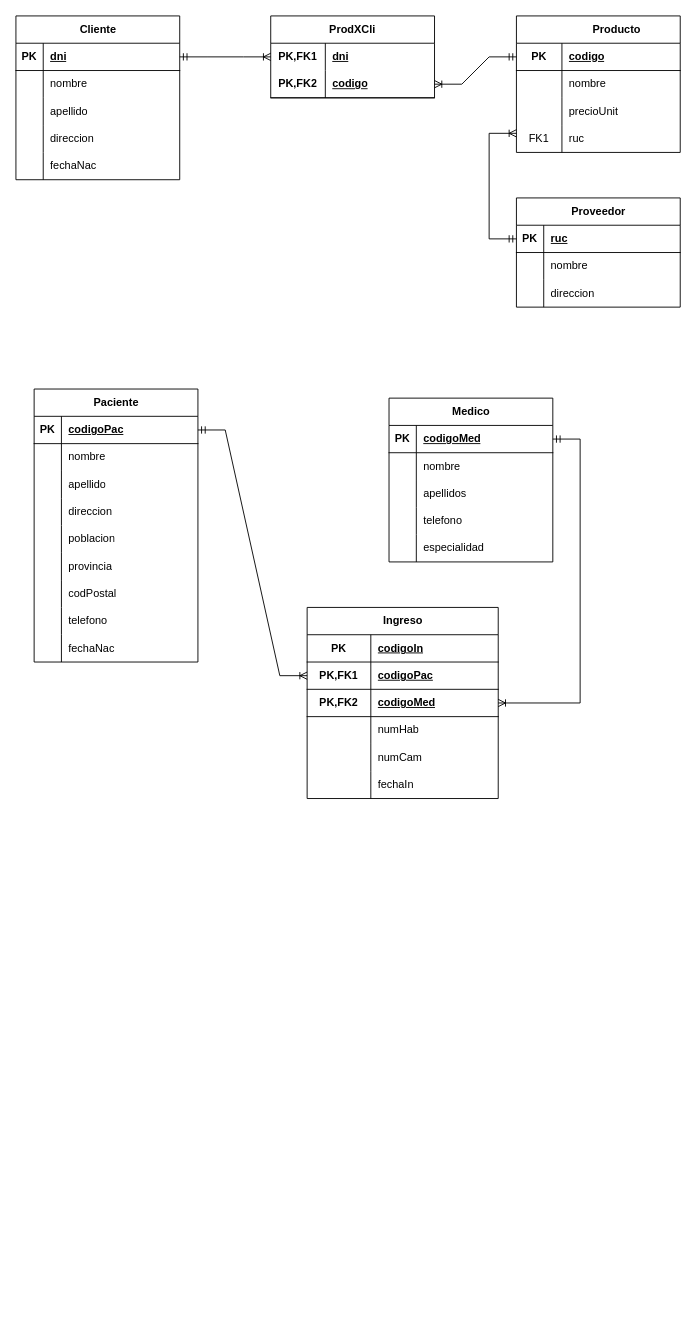
This is Diagrama sin título.drawio from CristianCandela/ActividadesEnClase, a draw.io file, before an edit. Source tidied: cells renumbered, new cells numbered last; positions are measured from the earlier drawing's top-left corner, leaving out a move shared by most shapes. Both pictures are drawn from the tidied source at 91%, with x=0, y=0 at pixel (15, 15).
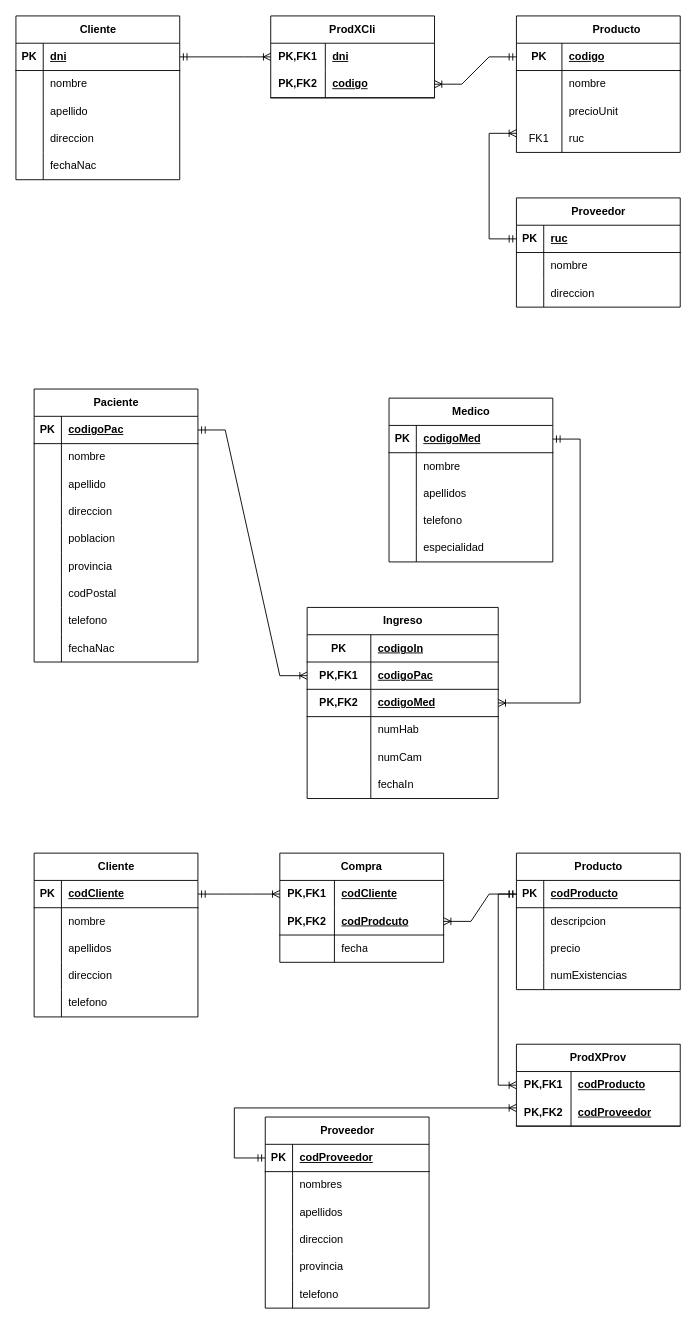
The same diagram, later.

Diff of the diagram source:
```diff
@@
+    <mxCell id="116" value="Cliente" style="shape=table;startSize=30;childLayout=tableLayout;rowLines=0;fontStyle=1;align=center;html=1;" parent="1" vertex="1">
+      <mxGeometry x="20" y="920" width="180" height="180" as="geometry" />
+    </mxCell>
+    <mxCell id="117" style="shape=tableRow;horizontal=0;startSize=0;swimlaneHead=0;swimlaneBody=0;fillColor=none;points=[[0,0.5],[1,0.5]];portConstraint=eastwest;top=0;left=0;right=0;bottom=1;" parent="116" vertex="1">
+      <mxGeometry y="30" width="180" height="30" as="geometry" />
+    </mxCell>
+    <mxCell id="118" value="PK" style="shape=partialRectangle;fillColor=none;top=0;left=0;bottom=0;right=0;fontStyle=1;overflow=hidden;whiteSpace=wrap;html=1;" parent="117" vertex="1">
+      <mxGeometry width="30" height="30" as="geometry" />
+    </mxCell>
+    <mxCell id="119" value="codCliente" style="shape=partialRectangle;fillColor=none;top=0;left=0;bottom=0;right=0;align=left;spacingLeft=6;fontStyle=5;overflow=hidden;whiteSpace=wrap;html=1;" parent="117" vertex="1">
+      <mxGeometry x="30" width="150" height="30" as="geometry" />
+    </mxCell>
+    <mxCell id="120" style="shape=tableRow;horizontal=0;startSize=0;swimlaneHead=0;swimlaneBody=0;fillColor=none;top=0;left=0;right=0;bottom=0;" parent="116" vertex="1">
+      <mxGeometry y="60" width="180" height="30" as="geometry" />
+    </mxCell>
+    <mxCell id="121" style="shape=partialRectangle;fillColor=none;top=0;left=0;bottom=0;right=0;overflow=hidden;whiteSpace=wrap;html=1;" parent="120" vertex="1">
+      <mxGeometry width="30" height="30" as="geometry" />
+    </mxCell>
+    <mxCell id="122" value="nombre" style="shape=partialRectangle;fillColor=none;top=0;left=0;bottom=0;right=0;align=left;spacingLeft=6;overflow=hidden;whiteSpace=wrap;html=1;" parent="120" vertex="1">
+      <mxGeometry x="30" width="150" height="30" as="geometry" />
+    </mxCell>
+    <mxCell id="123" style="shape=tableRow;horizontal=0;startSize=0;swimlaneHead=0;swimlaneBody=0;fillColor=none;top=0;left=0;right=0;bottom=0;" parent="116" vertex="1">
+      <mxGeometry y="90" width="180" height="30" as="geometry" />
+    </mxCell>
+    <mxCell id="124" style="shape=partialRectangle;fillColor=none;top=0;left=0;bottom=0;right=0;overflow=hidden;whiteSpace=wrap;html=1;" parent="123" vertex="1">
+      <mxGeometry width="30" height="30" as="geometry" />
+    </mxCell>
+    <mxCell id="125" value="apellidos" style="shape=partialRectangle;fillColor=none;top=0;left=0;bottom=0;right=0;align=left;spacingLeft=6;overflow=hidden;whiteSpace=wrap;html=1;" parent="123" vertex="1">
+      <mxGeometry x="30" width="150" height="30" as="geometry" />
+    </mxCell>
+    <mxCell id="126" style="shape=tableRow;horizontal=0;startSize=0;swimlaneHead=0;swimlaneBody=0;fillColor=none;top=0;left=0;right=0;bottom=0;" parent="116" vertex="1">
+      <mxGeometry y="120" width="180" height="30" as="geometry" />
+    </mxCell>
+    <mxCell id="127" style="shape=partialRectangle;fillColor=none;top=0;left=0;bottom=0;right=0;overflow=hidden;whiteSpace=wrap;html=1;" parent="126" vertex="1">
+      <mxGeometry width="30" height="30" as="geometry" />
+    </mxCell>
+    <mxCell id="128" value="direccion" style="shape=partialRectangle;fillColor=none;top=0;left=0;bottom=0;right=0;align=left;spacingLeft=6;overflow=hidden;whiteSpace=wrap;html=1;" parent="126" vertex="1">
+      <mxGeometry x="30" width="150" height="30" as="geometry" />
+    </mxCell>
+    <mxCell id="129" style="shape=tableRow;horizontal=0;startSize=0;swimlaneHead=0;swimlaneBody=0;fillColor=none;top=0;left=0;right=0;bottom=0;" parent="116" vertex="1">
+      <mxGeometry y="150" width="180" height="30" as="geometry" />
+    </mxCell>
+    <mxCell id="130" style="shape=partialRectangle;fillColor=none;top=0;left=0;bottom=0;right=0;overflow=hidden;whiteSpace=wrap;html=1;" parent="129" vertex="1">
+      <mxGeometry width="30" height="30" as="geometry" />
+    </mxCell>
+    <mxCell id="131" value="telefono" style="shape=partialRectangle;fillColor=none;top=0;left=0;bottom=0;right=0;align=left;spacingLeft=6;overflow=hidden;whiteSpace=wrap;html=1;" parent="129" vertex="1">
+      <mxGeometry x="30" width="150" height="30" as="geometry" />
+    </mxCell>
+    <mxCell id="132" value="Producto" style="shape=table;startSize=30;childLayout=tableLayout;rowLines=0;fontStyle=1;align=center;html=1;" parent="1" vertex="1">
+      <mxGeometry x="550" y="920" width="180" height="150" as="geometry" />
+    </mxCell>
+    <mxCell id="133" style="shape=tableRow;horizontal=0;startSize=0;swimlaneHead=0;swimlaneBody=0;fillColor=none;points=[[0,0.5],[1,0.5]];portConstraint=eastwest;top=0;left=0;right=0;bottom=1;" parent="132" vertex="1">
+      <mxGeometry y="30" width="180" height="30" as="geometry" />
+    </mxCell>
+    <mxCell id="134" value="PK" style="shape=partialRectangle;fillColor=none;top=0;left=0;bottom=0;right=0;fontStyle=1;overflow=hidden;whiteSpace=wrap;html=1;" parent="133" vertex="1">
+      <mxGeometry width="30" height="30" as="geometry" />
+    </mxCell>
+    <mxCell id="135" value="codProducto" style="shape=partialRectangle;fillColor=none;top=0;left=0;bottom=0;right=0;align=left;spacingLeft=6;fontStyle=5;overflow=hidden;whiteSpace=wrap;html=1;" parent="133" vertex="1">
+      <mxGeometry x="30" width="150" height="30" as="geometry" />
+    </mxCell>
+    <mxCell id="136" style="shape=tableRow;horizontal=0;startSize=0;swimlaneHead=0;swimlaneBody=0;fillColor=none;top=0;left=0;right=0;bottom=0;" parent="132" vertex="1">
+      <mxGeometry y="60" width="180" height="30" as="geometry" />
+    </mxCell>
+    <mxCell id="137" style="shape=partialRectangle;fillColor=none;top=0;left=0;bottom=0;right=0;overflow=hidden;whiteSpace=wrap;html=1;" parent="136" vertex="1">
+      <mxGeometry width="30" height="30" as="geometry" />
+    </mxCell>
+    <mxCell id="138" value="descripcion" style="shape=partialRectangle;fillColor=none;top=0;left=0;bottom=0;right=0;align=left;spacingLeft=6;overflow=hidden;whiteSpace=wrap;html=1;" parent="136" vertex="1">
+      <mxGeometry x="30" width="150" height="30" as="geometry" />
+    </mxCell>
+    <mxCell id="139" style="shape=tableRow;horizontal=0;startSize=0;swimlaneHead=0;swimlaneBody=0;fillColor=none;top=0;left=0;right=0;bottom=0;" parent="132" vertex="1">
+      <mxGeometry y="90" width="180" height="30" as="geometry" />
+    </mxCell>
+    <mxCell id="140" style="shape=partialRectangle;fillColor=none;top=0;left=0;bottom=0;right=0;overflow=hidden;whiteSpace=wrap;html=1;" parent="139" vertex="1">
+      <mxGeometry width="30" height="30" as="geometry" />
+    </mxCell>
+    <mxCell id="141" value="precio" style="shape=partialRectangle;fillColor=none;top=0;left=0;bottom=0;right=0;align=left;spacingLeft=6;overflow=hidden;whiteSpace=wrap;html=1;" parent="139" vertex="1">
+      <mxGeometry x="30" width="150" height="30" as="geometry" />
+    </mxCell>
+    <mxCell id="142" style="shape=tableRow;horizontal=0;startSize=0;swimlaneHead=0;swimlaneBody=0;fillColor=none;top=0;left=0;right=0;bottom=0;" parent="132" vertex="1">
+      <mxGeometry y="120" width="180" height="30" as="geometry" />
+    </mxCell>
+    <mxCell id="143" style="shape=partialRectangle;fillColor=none;top=0;left=0;bottom=0;right=0;overflow=hidden;whiteSpace=wrap;html=1;" parent="142" vertex="1">
+      <mxGeometry width="30" height="30" as="geometry" />
+    </mxCell>
+    <mxCell id="144" value="numExistencias" style="shape=partialRectangle;fillColor=none;top=0;left=0;bottom=0;right=0;align=left;spacingLeft=6;overflow=hidden;whiteSpace=wrap;html=1;" parent="142" vertex="1">
+      <mxGeometry x="30" width="150" height="30" as="geometry" />
+    </mxCell>
+    <mxCell id="145" value="Compra" style="shape=table;startSize=30;childLayout=tableLayout;rowLines=0;fontStyle=1;align=center;html=1;whiteSpace=wrap;" parent="1" vertex="1">
+      <mxGeometry x="290" y="920" width="180" height="120" as="geometry" />
+    </mxCell>
+    <mxCell id="146" style="shape=tableRow;horizontal=0;startSize=0;swimlaneHead=0;swimlaneBody=0;fillColor=none;points=[[0,0.5],[1,0.5]];portConstraint=eastwest;top=0;left=0;right=0;bottom=0;html=1;" parent="145" vertex="1">
+      <mxGeometry y="30" width="180" height="30" as="geometry" />
+    </mxCell>
+    <mxCell id="147" value="PK,FK1" style="shape=partialRectangle;fillColor=none;top=0;left=0;bottom=0;right=0;fontStyle=1;overflow=hidden;html=1;whiteSpace=wrap;" parent="146" vertex="1">
+      <mxGeometry width="60" height="30" as="geometry" />
+    </mxCell>
+    <mxCell id="148" value="codCliente" style="shape=partialRectangle;fillColor=none;top=0;left=0;bottom=0;right=0;align=left;spacingLeft=6;fontStyle=5;overflow=hidden;html=1;whiteSpace=wrap;" parent="146" vertex="1">
+      <mxGeometry x="60" width="120" height="30" as="geometry" />
+    </mxCell>
+    <mxCell id="149" style="shape=tableRow;horizontal=0;startSize=0;swimlaneHead=0;swimlaneBody=0;fillColor=none;points=[[0,0.5],[1,0.5]];portConstraint=eastwest;top=0;left=0;right=0;bottom=1;html=1;" parent="145" vertex="1">
+      <mxGeometry y="60" width="180" height="30" as="geometry" />
+    </mxCell>
+    <mxCell id="150" value="PK,FK2" style="shape=partialRectangle;fillColor=none;top=0;left=0;bottom=0;right=0;fontStyle=1;overflow=hidden;html=1;whiteSpace=wrap;" parent="149" vertex="1">
+      <mxGeometry width="60" height="30" as="geometry" />
+    </mxCell>
+    <mxCell id="151" value="codProdcuto" style="shape=partialRectangle;fillColor=none;top=0;left=0;bottom=0;right=0;align=left;spacingLeft=6;fontStyle=5;overflow=hidden;html=1;whiteSpace=wrap;" parent="149" vertex="1">
+      <mxGeometry x="60" width="120" height="30" as="geometry" />
+    </mxCell>
+    <mxCell id="152" style="shape=tableRow;horizontal=0;startSize=0;swimlaneHead=0;swimlaneBody=0;fillColor=none;top=0;left=0;right=0;bottom=0;html=1;" parent="145" vertex="1">
+      <mxGeometry y="90" width="180" height="30" as="geometry" />
+    </mxCell>
+    <mxCell id="153" style="shape=partialRectangle;fillColor=none;top=0;left=0;bottom=0;right=0;overflow=hidden;html=1;whiteSpace=wrap;" parent="152" vertex="1">
+      <mxGeometry width="60" height="30" as="geometry" />
+    </mxCell>
+    <mxCell id="154" value="fecha" style="shape=partialRectangle;fillColor=none;top=0;left=0;bottom=0;right=0;align=left;spacingLeft=6;overflow=hidden;html=1;whiteSpace=wrap;" parent="152" vertex="1">
+      <mxGeometry x="60" width="120" height="30" as="geometry" />
+    </mxCell>
+    <mxCell id="155" style="edgeStyle=entityRelationEdgeStyle;fontSize=12;html=1;endArrow=ERoneToMany;startArrow=ERmandOne;rounded=0;exitX=1;exitY=0.5;exitDx=0;exitDy=0;entryX=0;entryY=0.5;entryDx=0;entryDy=0;" parent="1" edge="1" source="117" target="146">
+      <mxGeometry relative="1" as="geometry" />
+    </mxCell>
+    <mxCell id="156" style="edgeStyle=entityRelationEdgeStyle;fontSize=12;html=1;endArrow=ERoneToMany;startArrow=ERmandOne;rounded=0;entryX=1;entryY=0.5;entryDx=0;entryDy=0;exitX=0;exitY=0.5;exitDx=0;exitDy=0;" parent="1" edge="1" source="133" target="149">
+      <mxGeometry relative="1" as="geometry" />
+    </mxCell>
+    <mxCell id="157" value="Proveedor" style="shape=table;startSize=30;childLayout=tableLayout;rowLines=0;fontStyle=1;align=center;html=1;" parent="1" vertex="1">
+      <mxGeometry x="274" y="1210" width="180" height="210" as="geometry" />
+    </mxCell>
+    <mxCell id="158" style="shape=tableRow;horizontal=0;startSize=0;swimlaneHead=0;swimlaneBody=0;fillColor=none;points=[[0,0.5],[1,0.5]];portConstraint=eastwest;top=0;left=0;right=0;bottom=1;" parent="157" vertex="1">
+      <mxGeometry y="30" width="180" height="30" as="geometry" />
+    </mxCell>
+    <mxCell id="159" value="PK" style="shape=partialRectangle;fillColor=none;top=0;left=0;bottom=0;right=0;fontStyle=1;overflow=hidden;whiteSpace=wrap;html=1;" parent="158" vertex="1">
+      <mxGeometry width="30" height="30" as="geometry" />
+    </mxCell>
+    <mxCell id="160" value="codProveedor" style="shape=partialRectangle;fillColor=none;top=0;left=0;bottom=0;right=0;align=left;spacingLeft=6;fontStyle=5;overflow=hidden;whiteSpace=wrap;html=1;" parent="158" vertex="1">
+      <mxGeometry x="30" width="150" height="30" as="geometry" />
+    </mxCell>
+    <mxCell id="161" style="shape=tableRow;horizontal=0;startSize=0;swimlaneHead=0;swimlaneBody=0;fillColor=none;top=0;left=0;right=0;bottom=0;" parent="157" vertex="1">
+      <mxGeometry y="60" width="180" height="30" as="geometry" />
+    </mxCell>
+    <mxCell id="162" style="shape=partialRectangle;fillColor=none;top=0;left=0;bottom=0;right=0;overflow=hidden;whiteSpace=wrap;html=1;" parent="161" vertex="1">
+      <mxGeometry width="30" height="30" as="geometry" />
+    </mxCell>
+    <mxCell id="163" value="nombres" style="shape=partialRectangle;fillColor=none;top=0;left=0;bottom=0;right=0;align=left;spacingLeft=6;overflow=hidden;whiteSpace=wrap;html=1;" parent="161" vertex="1">
+      <mxGeometry x="30" width="150" height="30" as="geometry" />
+    </mxCell>
+    <mxCell id="164" style="shape=tableRow;horizontal=0;startSize=0;swimlaneHead=0;swimlaneBody=0;fillColor=none;top=0;left=0;right=0;bottom=0;" parent="157" vertex="1">
+      <mxGeometry y="90" width="180" height="30" as="geometry" />
+    </mxCell>
+    <mxCell id="165" style="shape=partialRectangle;fillColor=none;top=0;left=0;bottom=0;right=0;overflow=hidden;whiteSpace=wrap;html=1;" parent="164" vertex="1">
+      <mxGeometry width="30" height="30" as="geometry" />
+    </mxCell>
+    <mxCell id="166" value="apellidos" style="shape=partialRectangle;fillColor=none;top=0;left=0;bottom=0;right=0;align=left;spacingLeft=6;overflow=hidden;whiteSpace=wrap;html=1;" parent="164" vertex="1">
+      <mxGeometry x="30" width="150" height="30" as="geometry" />
+    </mxCell>
+    <mxCell id="167" style="shape=tableRow;horizontal=0;startSize=0;swimlaneHead=0;swimlaneBody=0;fillColor=none;top=0;left=0;right=0;bottom=0;" parent="157" vertex="1">
+      <mxGeometry y="120" width="180" height="30" as="geometry" />
+    </mxCell>
+    <mxCell id="168" style="shape=partialRectangle;fillColor=none;top=0;left=0;bottom=0;right=0;overflow=hidden;whiteSpace=wrap;html=1;" parent="167" vertex="1">
+      <mxGeometry width="30" height="30" as="geometry" />
+    </mxCell>
+    <mxCell id="169" value="direccion" style="shape=partialRectangle;fillColor=none;top=0;left=0;bottom=0;right=0;align=left;spacingLeft=6;overflow=hidden;whiteSpace=wrap;html=1;" parent="167" vertex="1">
+      <mxGeometry x="30" width="150" height="30" as="geometry" />
+    </mxCell>
+    <mxCell id="170" style="shape=tableRow;horizontal=0;startSize=0;swimlaneHead=0;swimlaneBody=0;fillColor=none;top=0;left=0;right=0;bottom=0;" parent="157" vertex="1">
+      <mxGeometry y="150" width="180" height="30" as="geometry" />
+    </mxCell>
+    <mxCell id="171" style="shape=partialRectangle;fillColor=none;top=0;left=0;bottom=0;right=0;overflow=hidden;whiteSpace=wrap;html=1;" parent="170" vertex="1">
+      <mxGeometry width="30" height="30" as="geometry" />
+    </mxCell>
+    <mxCell id="172" value="provincia" style="shape=partialRectangle;fillColor=none;top=0;left=0;bottom=0;right=0;align=left;spacingLeft=6;overflow=hidden;whiteSpace=wrap;html=1;" parent="170" vertex="1">
+      <mxGeometry x="30" width="150" height="30" as="geometry" />
+    </mxCell>
+    <mxCell id="173" style="shape=tableRow;horizontal=0;startSize=0;swimlaneHead=0;swimlaneBody=0;fillColor=none;top=0;left=0;right=0;bottom=0;" parent="157" vertex="1">
+      <mxGeometry y="180" width="180" height="30" as="geometry" />
+    </mxCell>
+    <mxCell id="174" style="shape=partialRectangle;fillColor=none;top=0;left=0;bottom=0;right=0;overflow=hidden;whiteSpace=wrap;html=1;" parent="173" vertex="1">
+      <mxGeometry width="30" height="30" as="geometry" />
+    </mxCell>
+    <mxCell id="175" value="telefono" style="shape=partialRectangle;fillColor=none;top=0;left=0;bottom=0;right=0;align=left;spacingLeft=6;overflow=hidden;whiteSpace=wrap;html=1;" parent="173" vertex="1">
+      <mxGeometry x="30" width="150" height="30" as="geometry" />
+    </mxCell>
+    <mxCell id="176" value="ProdXProv" style="shape=table;startSize=30;childLayout=tableLayout;rowLines=0;fontStyle=1;align=center;html=1;whiteSpace=wrap;" parent="1" vertex="1">
+      <mxGeometry x="550" y="1130" width="180" height="90" as="geometry" />
+    </mxCell>
+    <mxCell id="177" style="shape=tableRow;horizontal=0;startSize=0;swimlaneHead=0;swimlaneBody=0;fillColor=none;points=[[0,0.5],[1,0.5]];portConstraint=eastwest;top=0;left=0;right=0;bottom=0;html=1;" parent="176" vertex="1">
+      <mxGeometry y="30" width="180" height="30" as="geometry" />
+    </mxCell>
+    <mxCell id="178" value="PK,FK1" style="shape=partialRectangle;fillColor=none;top=0;left=0;bottom=0;right=0;fontStyle=1;overflow=hidden;html=1;whiteSpace=wrap;" parent="177" vertex="1">
+      <mxGeometry width="60" height="30" as="geometry" />
+    </mxCell>
+    <mxCell id="179" value="codProducto" style="shape=partialRectangle;fillColor=none;top=0;left=0;bottom=0;right=0;align=left;spacingLeft=6;fontStyle=5;overflow=hidden;html=1;whiteSpace=wrap;" parent="177" vertex="1">
+      <mxGeometry x="60" width="120" height="30" as="geometry" />
+    </mxCell>
+    <mxCell id="180" style="shape=tableRow;horizontal=0;startSize=0;swimlaneHead=0;swimlaneBody=0;fillColor=none;top=0;left=0;right=0;bottom=1;html=1;" parent="176" vertex="1">
+      <mxGeometry y="60" width="180" height="30" as="geometry" />
+    </mxCell>
+    <mxCell id="181" value="PK,FK2" style="shape=partialRectangle;fillColor=none;top=0;left=0;bottom=0;right=0;fontStyle=1;overflow=hidden;html=1;whiteSpace=wrap;" parent="180" vertex="1">
+      <mxGeometry width="60" height="30" as="geometry" />
+    </mxCell>
+    <mxCell id="182" value="codProveedor" style="shape=partialRectangle;fillColor=none;top=0;left=0;bottom=0;right=0;align=left;spacingLeft=6;fontStyle=5;overflow=hidden;html=1;whiteSpace=wrap;" parent="180" vertex="1">
+      <mxGeometry x="60" width="120" height="30" as="geometry" />
+    </mxCell>
+    <mxCell id="183" style="fontSize=12;html=1;endArrow=ERoneToMany;startArrow=ERmandOne;rounded=0;exitX=0;exitY=0.5;exitDx=0;exitDy=0;entryX=0;entryY=0.5;entryDx=0;entryDy=0;edgeStyle=orthogonalEdgeStyle;" parent="1" edge="1" source="133" target="177">
+      <mxGeometry relative="1" as="geometry">
+        <Array as="points">
+          <mxPoint x="530" y="965" />
+          <mxPoint x="530" y="1175" />
+        </Array>
+      </mxGeometry>
+    </mxCell>
+    <mxCell id="184" style="edgeStyle=orthogonalEdgeStyle;fontSize=12;html=1;endArrow=ERoneToMany;startArrow=ERmandOne;rounded=0;exitX=0;exitY=0.5;exitDx=0;exitDy=0;" parent="1" edge="1" source="158">
+      <mxGeometry relative="1" as="geometry">
+        <mxPoint x="550" y="1200" as="targetPoint" />
+        <Array as="points">
+          <mxPoint x="240" y="1255" />
+          <mxPoint x="240" y="1200" />
+          <mxPoint x="550" y="1200" />
+        </Array>
+      </mxGeometry>
+    </mxCell>
```
